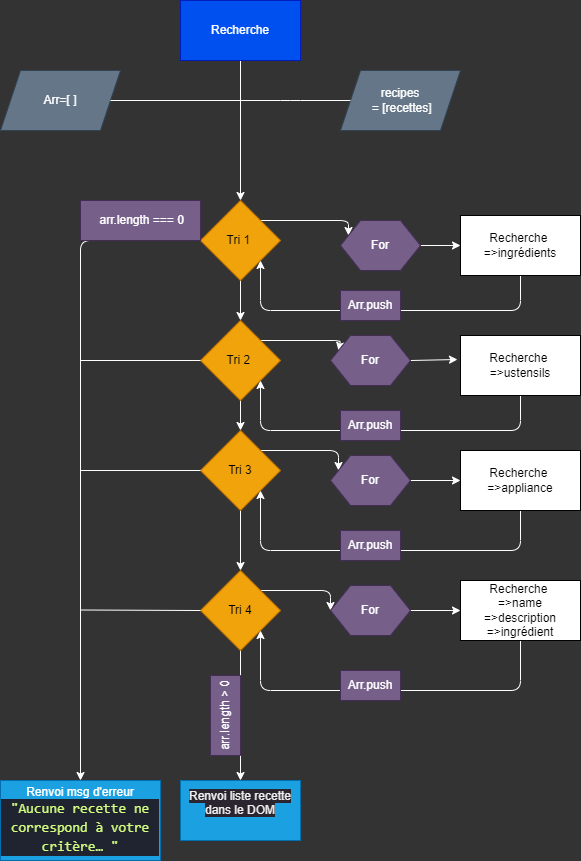
The draw.io diagram Algo/Option2.png in quentinM22/Formation_Oc-Projet7-Lespetitsplats, before a commit. Source tidied: cells renumbered, new cells last; positions are measured from the earlier drawing's top-left corner, leaving out a move shared by most shapes.
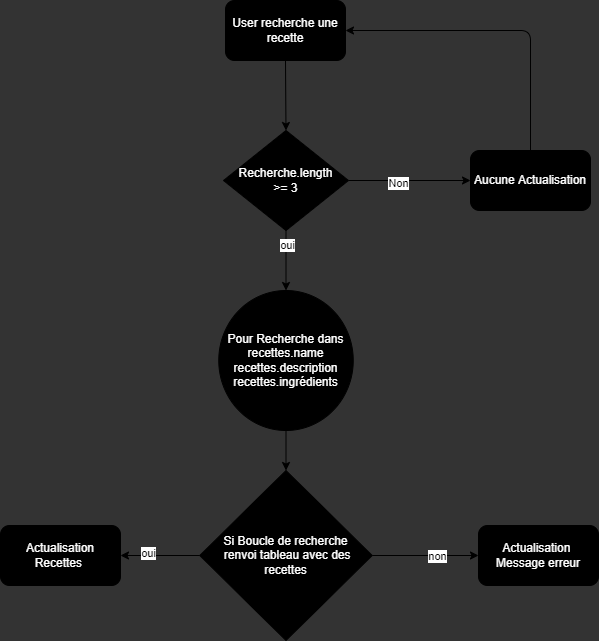
After the change.

What changed in the source:
```diff
@@ -2,190 +2,63 @@
   <root>
     <mxCell id="0" />
     <mxCell id="1" parent="0" />
-    <mxCell id="2" style="edgeStyle=none;html=1;exitX=0.5;exitY=1;exitDx=0;exitDy=0;entryX=0.5;entryY=0;entryDx=0;entryDy=0;strokeColor=#FFFFFF;" parent="1" edge="1" source="3" target="9">
-      <mxGeometry relative="1" as="geometry" />
-    </mxCell>
+    <mxCell id="5" style="edgeStyle=none;html=1;exitX=0.5;exitY=1;exitDx=0;exitDy=0;entryX=0.5;entryY=0;entryDx=0;entryDy=0;" parent="1" edge="1" source="3" target="4">
+      <mxGeometry relative="1" as="geometry" />
+    </mxCell>
-    <mxCell id="3" value="Recherche" style="rounded=0;whiteSpace=wrap;html=1;fillColor=#0050ef;fontColor=#ffffff;strokeColor=#001DBC;" parent="1" vertex="1">
-      <mxGeometry x="180" width="120" height="60" as="geometry" />
+    <mxCell id="3" value="&lt;font color=&quot;#ffffff&quot;&gt;User recherche une recette&lt;/font&gt;" style="rounded=1;whiteSpace=wrap;html=1;fillColor=#000000;" parent="1" vertex="1">
+      <mxGeometry x="165" width="120" height="60" as="geometry" />
     </mxCell>
-    <mxCell id="4" value="Arr=[ ]" style="shape=parallelogram;perimeter=parallelogramPerimeter;whiteSpace=wrap;html=1;fixedSize=1;fillColor=#647687;fontColor=#ffffff;strokeColor=#314354;" parent="1" vertex="1">
-      <mxGeometry y="70" width="120" height="60" as="geometry" />
-    </mxCell>
-    <mxCell id="5" value="recipes&lt;br&gt;&amp;nbsp;= [recettes]" style="shape=parallelogram;perimeter=parallelogramPerimeter;whiteSpace=wrap;html=1;fixedSize=1;fillColor=#647687;fontColor=#ffffff;strokeColor=#314354;" parent="1" vertex="1">
-      <mxGeometry x="340" y="70" width="120" height="60" as="geometry" />
-    </mxCell>
-    <mxCell id="6" style="endArrow=none;html=1;strokeColor=#FFFFFF;" parent="1" edge="1" source="4" target="5">
-      <mxGeometry relative="1" as="geometry">
-        <Array as="points">
-          <mxPoint x="290" y="100" />
-        </Array>
-      </mxGeometry>
-    </mxCell>
-    <mxCell id="7" style="edgeStyle=none;html=1;exitX=0.5;exitY=1;exitDx=0;exitDy=0;entryX=0.5;entryY=0;entryDx=0;entryDy=0;strokeColor=#FFFFFF;" parent="1" edge="1" source="9" target="15">
-      <mxGeometry relative="1" as="geometry" />
-    </mxCell>
-    <mxCell id="8" style="edgeStyle=none;html=1;exitX=1;exitY=0;exitDx=0;exitDy=0;entryX=0;entryY=0.25;entryDx=0;entryDy=0;strokeColor=#FFFFFF;" parent="1" edge="1" source="9" target="26">
-      <mxGeometry relative="1" as="geometry">
-        <Array as="points">
-          <mxPoint x="348" y="220" />
-        </Array>
-      </mxGeometry>
-    </mxCell>
-    <mxCell id="9" value="Tri 1&amp;nbsp;" style="rhombus;whiteSpace=wrap;html=1;fillColor=#f0a30a;fontColor=#000000;strokeColor=#BD7000;" parent="1" vertex="1">
-      <mxGeometry x="200" y="200" width="80" height="80" as="geometry" />
+    <mxCell id="9" style="edgeStyle=none;html=1;exitX=1;exitY=0.5;exitDx=0;exitDy=0;entryX=0;entryY=0.5;entryDx=0;entryDy=0;" parent="1" edge="1" source="4" target="6">
+      <mxGeometry relative="1" as="geometry" />
     </mxCell>
-    <mxCell id="10" style="edgeStyle=none;html=1;exitX=0.5;exitY=1;exitDx=0;exitDy=0;entryX=0.5;entryY=0;entryDx=0;entryDy=0;strokeColor=#FFFFFF;" parent="1" edge="1" source="12" target="18">
-      <mxGeometry relative="1" as="geometry" />
+    <mxCell id="10" value="Non" style="edgeLabel;html=1;align=center;verticalAlign=middle;fontColor=#000000;" parent="9" vertex="1">
+      <mxGeometry x="-0.2" y="-2" relative="1" as="geometry" />
     </mxCell>
-    <mxCell id="11" style="edgeStyle=none;html=1;exitX=1;exitY=0;exitDx=0;exitDy=0;entryX=0;entryY=0.25;entryDx=0;entryDy=0;strokeColor=#FFFFFF;" parent="1" edge="1" source="12" target="30">
-      <mxGeometry relative="1" as="geometry">
-        <Array as="points">
-          <mxPoint x="338" y="450" />
-        </Array>
-      </mxGeometry>
-    </mxCell>
+    <mxCell id="19" style="edgeStyle=none;html=1;" parent="1" edge="1" source="4" target="47">
+      <mxGeometry relative="1" as="geometry" />
+    </mxCell>
+    <mxCell id="16" value="oui" style="edgeLabel;html=1;align=center;verticalAlign=middle;fontColor=#000000;" parent="19" vertex="1">
+      <mxGeometry x="-0.53" y="1" relative="1" as="geometry" />
+    </mxCell>
+    <mxCell id="4" value="Recherche.length&lt;br&gt;&amp;gt;= 3" style="rhombus;whiteSpace=wrap;html=1;fillColor=#000000;fontColor=#FFFFFF;" parent="1" vertex="1">
+      <mxGeometry x="163" y="130" width="125" height="100" as="geometry" />
+    </mxCell>
-    <mxCell id="12" value="Tri 3" style="rhombus;whiteSpace=wrap;html=1;fillColor=#f0a30a;fontColor=#000000;strokeColor=#BD7000;" parent="1" vertex="1">
-      <mxGeometry x="200" y="430" width="80" height="80" as="geometry" />
+    <mxCell id="12" style="edgeStyle=none;html=1;exitX=0.5;exitY=0;exitDx=0;exitDy=0;entryX=1;entryY=0.5;entryDx=0;entryDy=0;" parent="1" edge="1" source="6" target="3">
+      <mxGeometry relative="1" as="geometry">
+        <Array as="points">
+          <mxPoint x="470" y="30" />
+        </Array>
+      </mxGeometry>
     </mxCell>
+    <mxCell id="6" value="&lt;font color=&quot;#ffffff&quot;&gt;Aucune Actualisation&lt;/font&gt;" style="rounded=1;whiteSpace=wrap;html=1;fillColor=#000000;" parent="1" vertex="1">
+      <mxGeometry x="410" y="150" width="120" height="60" as="geometry" />
+    </mxCell>
+    <mxCell id="21" style="edgeStyle=none;html=1;entryX=0.5;entryY=0;entryDx=0;entryDy=0;" parent="1" edge="1" source="47" target="22">
+      <mxGeometry relative="1" as="geometry" />
+    </mxCell>
+    <mxCell id="47" value="Pour Recherche dans recettes.name&lt;br&gt;recettes.description&lt;br&gt;recettes.ingrédients" style="ellipse;whiteSpace=wrap;html=1;fillColor=#000000;fontColor=#FFFFFF;" parent="1" vertex="1">
+      <mxGeometry x="158.2" y="290" width="134.5" height="140" as="geometry" />
+    </mxCell>
+    <mxCell id="2" style="edgeStyle=none;html=1;" parent="1" edge="1" source="22" target="23">
+      <mxGeometry relative="1" as="geometry" />
+    </mxCell>
+    <mxCell id="26" value="non" style="edgeLabel;html=1;align=center;verticalAlign=middle;points=[];fontColor=#000000;" parent="2" vertex="1">
+      <mxGeometry x="0.23" relative="1" as="geometry" />
+    </mxCell>
-    <mxCell id="13" style="edgeStyle=none;html=1;exitX=0.5;exitY=1;exitDx=0;exitDy=0;entryX=0.5;entryY=0;entryDx=0;entryDy=0;strokeColor=#FFFFFF;" parent="1" edge="1" source="15" target="12">
+    <mxCell id="13" style="edgeStyle=none;html=1;" parent="1" edge="1" source="22" target="7">
       <mxGeometry relative="1" as="geometry" />
     </mxCell>
-    <mxCell id="14" style="edgeStyle=none;html=1;exitX=1;exitY=0;exitDx=0;exitDy=0;entryX=0;entryY=0.25;entryDx=0;entryDy=0;strokeColor=#FFFFFF;" parent="1" edge="1" source="15" target="32">
-      <mxGeometry relative="1" as="geometry">
-        <Array as="points">
-          <mxPoint x="340" y="340" />
-        </Array>
-      </mxGeometry>
-    </mxCell>
-    <mxCell id="15" value="Tri 2&amp;nbsp;" style="rhombus;whiteSpace=wrap;html=1;fillColor=#f0a30a;fontColor=#000000;strokeColor=#BD7000;" parent="1" vertex="1">
-      <mxGeometry x="200" y="320" width="80" height="80" as="geometry" />
-    </mxCell>
-    <mxCell id="16" style="edgeStyle=none;html=1;exitX=0.5;exitY=1;exitDx=0;exitDy=0;entryX=0.5;entryY=0;entryDx=0;entryDy=0;strokeColor=#FFFFFF;" parent="1" edge="1" source="18" target="24">
-      <mxGeometry relative="1" as="geometry" />
-    </mxCell>
-    <mxCell id="17" style="edgeStyle=none;html=1;exitX=1;exitY=0;exitDx=0;exitDy=0;entryX=0;entryY=0.5;entryDx=0;entryDy=0;strokeColor=#FFFFFF;" parent="1" edge="1" source="18" target="28">
-      <mxGeometry relative="1" as="geometry">
-        <Array as="points">
-          <mxPoint x="330" y="590" />
-        </Array>
-      </mxGeometry>
-    </mxCell>
-    <mxCell id="18" value="Tri 4" style="rhombus;whiteSpace=wrap;html=1;fillColor=#f0a30a;fontColor=#000000;strokeColor=#BD7000;" parent="1" vertex="1">
-      <mxGeometry x="200" y="570" width="80" height="80" as="geometry" />
-    </mxCell>
-    <mxCell id="19" style="endArrow=classic;html=1;entryX=0.5;entryY=0;entryDx=0;entryDy=0;exitX=0;exitY=0.5;exitDx=0;exitDy=0;strokeColor=#FFFFFF;" parent="1" edge="1" source="9" target="23">
-      <mxGeometry relative="1" as="geometry">
-        <Array as="points">
-          <mxPoint x="80" y="240" />
-        </Array>
-      </mxGeometry>
-    </mxCell>
-    <mxCell id="20" style="endArrow=none;html=1;entryX=0;entryY=0.5;entryDx=0;entryDy=0;strokeColor=#FFFFFF;" parent="1" edge="1" target="15">
-      <mxGeometry relative="1" as="geometry">
-        <mxPoint x="80" y="360" as="sourcePoint" />
-      </mxGeometry>
-    </mxCell>
-    <mxCell id="21" style="endArrow=none;html=1;entryX=0;entryY=0.5;entryDx=0;entryDy=0;strokeColor=#FFFFFF;" parent="1" edge="1" target="12">
-      <mxGeometry relative="1" as="geometry">
-        <mxPoint x="80" y="470" as="sourcePoint" />
-      </mxGeometry>
-    </mxCell>
+    <mxCell id="24" value="oui" style="edgeLabel;html=1;align=center;verticalAlign=middle;points=[];fontColor=#000000;" parent="13" vertex="1">
+      <mxGeometry x="0.3" y="-3" relative="1" as="geometry" />
+    </mxCell>
-    <mxCell id="22" style="endArrow=none;html=1;entryX=0;entryY=0.5;entryDx=0;entryDy=0;strokeColor=#FFFFFF;" parent="1" edge="1" target="18">
-      <mxGeometry relative="1" as="geometry">
-        <mxPoint x="80" y="609.5" as="sourcePoint" />
-      </mxGeometry>
+    <mxCell id="22" value="Si Boucle de recherche&lt;br&gt;&amp;nbsp;renvoi tableau avec des recettes" style="rhombus;whiteSpace=wrap;html=1;fillColor=#000000;fontColor=#FFFFFF;" parent="1" vertex="1">
+      <mxGeometry x="139.2" y="470" width="172.5" height="170" as="geometry" />
     </mxCell>
-    <mxCell id="23" value="Renvoi msg d'erreur&lt;br&gt;&lt;div style=&quot;color: rgb(204, 202, 194); background-color: rgb(31, 36, 48); font-family: Consolas, &amp;quot;Courier New&amp;quot;, monospace; font-size: 14px; line-height: 19px;&quot;&gt;&lt;span style=&quot;color: #d5ff80;&quot;&gt;&quot;Aucune recette ne correspond à votre critère… &quot;&lt;/span&gt;&lt;/div&gt;" style="whiteSpace=wrap;html=1;fillColor=#1ba1e2;fontColor=#ffffff;strokeColor=#006EAF;" parent="1" vertex="1">
-      <mxGeometry y="780" width="160" height="80" as="geometry" />
+    <mxCell id="23" value="Actualisation&amp;nbsp;&lt;br&gt;Message erreur" style="rounded=1;whiteSpace=wrap;html=1;fillColor=#000000;fontColor=#FFFFFF;" parent="1" vertex="1">
+      <mxGeometry x="418" y="525" width="120" height="60" as="geometry" />
     </mxCell>
-    <mxCell id="24" value="&#10;&lt;span style=&quot;color: rgb(240, 240, 240); font-family: Helvetica; font-size: 12px; font-style: normal; font-variant-ligatures: normal; font-variant-caps: normal; font-weight: 400; letter-spacing: normal; orphans: 2; text-align: center; text-indent: 0px; text-transform: none; widows: 2; word-spacing: 0px; -webkit-text-stroke-width: 0px; background-color: rgb(42, 37, 47); text-decoration-thickness: initial; text-decoration-style: initial; text-decoration-color: initial; float: none; display: inline !important;&quot;&gt;Renvoi liste recette dans le DOM&lt;/span&gt;&#10;&#10;" style="whiteSpace=wrap;html=1;fillColor=#1ba1e2;fontColor=#ffffff;strokeColor=#006EAF;" parent="1" vertex="1">
-      <mxGeometry x="180" y="780" width="120" height="60" as="geometry" />
-    </mxCell>
-    <mxCell id="25" style="edgeStyle=none;html=1;exitX=1;exitY=0.5;exitDx=0;exitDy=0;entryX=0;entryY=0.5;entryDx=0;entryDy=0;strokeColor=#FFFFFF;" parent="1" edge="1" source="26" target="34">
-      <mxGeometry relative="1" as="geometry" />
-    </mxCell>
-    <mxCell id="26" value="For" style="shape=hexagon;perimeter=hexagonPerimeter2;whiteSpace=wrap;html=1;fixedSize=1;fillColor=#76608a;strokeColor=#432D57;fontColor=#ffffff;" parent="1" vertex="1">
-      <mxGeometry x="340" y="220" width="80" height="50" as="geometry" />
-    </mxCell>
-    <mxCell id="27" style="edgeStyle=none;html=1;exitX=1;exitY=0.5;exitDx=0;exitDy=0;entryX=0;entryY=0.5;entryDx=0;entryDy=0;strokeColor=#FFFFFF;" parent="1" edge="1" source="28" target="36">
-      <mxGeometry relative="1" as="geometry" />
-    </mxCell>
-    <mxCell id="28" value="For" style="shape=hexagon;perimeter=hexagonPerimeter2;whiteSpace=wrap;html=1;fixedSize=1;fillColor=#76608a;fontColor=#ffffff;strokeColor=#432D57;" parent="1" vertex="1">
-      <mxGeometry x="330" y="585" width="80" height="50" as="geometry" />
-    </mxCell>
-    <mxCell id="29" style="edgeStyle=none;html=1;exitX=1;exitY=0.5;exitDx=0;exitDy=0;entryX=0;entryY=0.5;entryDx=0;entryDy=0;strokeColor=#FFFFFF;" parent="1" edge="1" source="30" target="38">
-      <mxGeometry relative="1" as="geometry" />
-    </mxCell>
-    <mxCell id="30" value="For" style="shape=hexagon;perimeter=hexagonPerimeter2;whiteSpace=wrap;html=1;fixedSize=1;fillColor=#76608a;fontColor=#ffffff;strokeColor=#432D57;" parent="1" vertex="1">
-      <mxGeometry x="330" y="455" width="80" height="50" as="geometry" />
-    </mxCell>
-    <mxCell id="31" style="edgeStyle=none;html=1;exitX=1;exitY=0.5;exitDx=0;exitDy=0;entryX=-0.025;entryY=0.4;entryDx=0;entryDy=0;entryPerimeter=0;strokeColor=#FFFFFF;" parent="1" edge="1" source="32" target="40">
-      <mxGeometry relative="1" as="geometry" />
-    </mxCell>
-    <mxCell id="32" value="For" style="shape=hexagon;perimeter=hexagonPerimeter2;whiteSpace=wrap;html=1;fixedSize=1;fillColor=#76608a;fontColor=#ffffff;strokeColor=#432D57;" parent="1" vertex="1">
-      <mxGeometry x="330" y="335" width="80" height="50" as="geometry" />
-    </mxCell>
-    <mxCell id="33" style="edgeStyle=none;html=1;exitX=0.5;exitY=1;exitDx=0;exitDy=0;entryX=1;entryY=1;entryDx=0;entryDy=0;strokeColor=#FFFFFF;" parent="1" edge="1" source="34" target="9">
-      <mxGeometry relative="1" as="geometry">
-        <Array as="points">
-          <mxPoint x="520" y="310" />
-          <mxPoint x="260" y="310" />
-        </Array>
-      </mxGeometry>
-    </mxCell>
-    <mxCell id="34" value="Recherche&amp;nbsp;&lt;br&gt;=&amp;gt;ingrédients" style="rounded=0;whiteSpace=wrap;html=1;" parent="1" vertex="1">
-      <mxGeometry x="460" y="215" width="120" height="60" as="geometry" />
-    </mxCell>
-    <mxCell id="35" style="edgeStyle=none;html=1;exitX=0.5;exitY=1;exitDx=0;exitDy=0;entryX=1;entryY=1;entryDx=0;entryDy=0;strokeColor=#FFFFFF;" parent="1" edge="1" source="36" target="18">
-      <mxGeometry relative="1" as="geometry">
-        <Array as="points">
-          <mxPoint x="520" y="690" />
-          <mxPoint x="260" y="690" />
-        </Array>
-      </mxGeometry>
-    </mxCell>
-    <mxCell id="36" value="Recherche&amp;nbsp;&lt;br&gt;=&amp;gt;name&lt;br&gt;=&amp;gt;description&lt;br&gt;=&amp;gt;ingrédient" style="rounded=0;whiteSpace=wrap;html=1;" parent="1" vertex="1">
-      <mxGeometry x="460" y="580" width="120" height="60" as="geometry" />
-    </mxCell>
-    <mxCell id="37" style="edgeStyle=none;html=1;exitX=0.5;exitY=1;exitDx=0;exitDy=0;entryX=1;entryY=1;entryDx=0;entryDy=0;strokeColor=#FFFFFF;" parent="1" edge="1" source="38" target="12">
-      <mxGeometry relative="1" as="geometry">
-        <Array as="points">
-          <mxPoint x="520" y="550" />
-          <mxPoint x="260" y="550" />
-        </Array>
-      </mxGeometry>
-    </mxCell>
-    <mxCell id="38" value="Recherche&amp;nbsp;&lt;br&gt;=&amp;gt;appliance" style="rounded=0;whiteSpace=wrap;html=1;" parent="1" vertex="1">
-      <mxGeometry x="460" y="450" width="120" height="60" as="geometry" />
-    </mxCell>
-    <mxCell id="39" style="edgeStyle=none;html=1;exitX=0.5;exitY=1;exitDx=0;exitDy=0;entryX=1;entryY=1;entryDx=0;entryDy=0;strokeColor=#FFFFFF;" parent="1" edge="1" source="40" target="15">
-      <mxGeometry relative="1" as="geometry">
-        <Array as="points">
-          <mxPoint x="520" y="430" />
-          <mxPoint x="260" y="430" />
-        </Array>
-      </mxGeometry>
-    </mxCell>
-    <mxCell id="40" value="Recherche&amp;nbsp;&lt;br&gt;=&amp;gt;ustensils" style="rounded=0;whiteSpace=wrap;html=1;" parent="1" vertex="1">
-      <mxGeometry x="460" y="335" width="120" height="60" as="geometry" />
-    </mxCell>
-    <mxCell id="41" value="Arr.push" style="text;html=1;strokeColor=#432D57;fillColor=#76608a;align=center;verticalAlign=middle;whiteSpace=wrap;rounded=0;fontColor=#ffffff;" parent="1" vertex="1">
-      <mxGeometry x="340" y="290" width="60" height="30" as="geometry" />
-    </mxCell>
-    <mxCell id="42" value="Arr.push" style="text;html=1;strokeColor=#432D57;fillColor=#76608a;align=center;verticalAlign=middle;whiteSpace=wrap;rounded=0;fontColor=#ffffff;" parent="1" vertex="1">
-      <mxGeometry x="340" y="410" width="60" height="30" as="geometry" />
-    </mxCell>
-    <mxCell id="43" value="Arr.push" style="text;html=1;strokeColor=#432D57;fillColor=#76608a;align=center;verticalAlign=middle;whiteSpace=wrap;rounded=0;fontColor=#ffffff;" parent="1" vertex="1">
-      <mxGeometry x="340" y="530" width="60" height="30" as="geometry" />
-    </mxCell>
-    <mxCell id="44" value="Arr.push" style="text;html=1;strokeColor=#432D57;fillColor=#76608a;align=center;verticalAlign=middle;whiteSpace=wrap;rounded=0;fontColor=#ffffff;" parent="1" vertex="1">
-      <mxGeometry x="340" y="670" width="60" height="30" as="geometry" />
-    </mxCell>
-    <mxCell id="45" value="&amp;nbsp;arr.length === 0" style="text;html=1;strokeColor=#432D57;fillColor=#76608a;align=center;verticalAlign=middle;whiteSpace=wrap;rounded=0;fontColor=#ffffff;" parent="1" vertex="1">
-      <mxGeometry x="80" y="200" width="120" height="40" as="geometry" />
-    </mxCell>
-    <mxCell id="46" value="arr.length &amp;gt; 0" style="text;html=1;strokeColor=#432D57;fillColor=#76608a;align=center;verticalAlign=middle;whiteSpace=wrap;rounded=0;rotation=270;fontColor=#ffffff;" parent="1" vertex="1">
-      <mxGeometry x="185" y="700" width="80" height="30" as="geometry" />
-    </mxCell>
+    <mxCell id="7" value="Actualisation&lt;br&gt;Recettes&amp;nbsp;" style="rounded=1;whiteSpace=wrap;html=1;fillColor=#000000;fontColor=#FFFFFF;" parent="1" vertex="1">
+      <mxGeometry x="-60" y="525" width="120" height="60" as="geometry" />
+    </mxCell>
   </root>
 </mxGraphModel>
```
